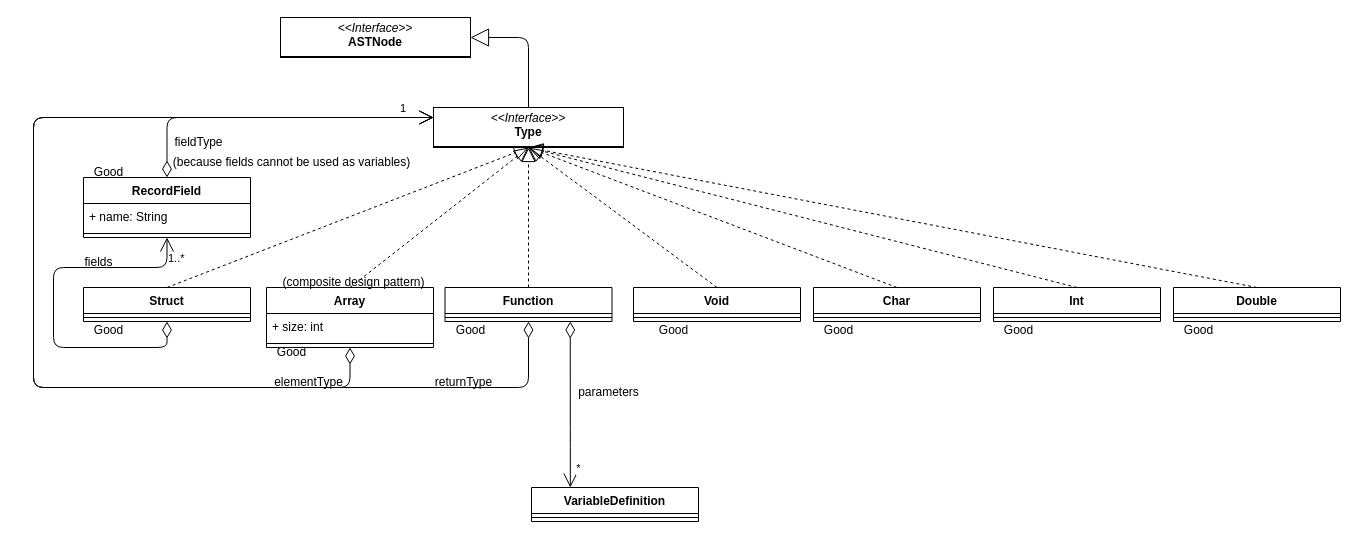
Earlier version of the draw.io diagram diagrams/type.drawio (Diegomcha/dlp-compiler). Source tidied: cells renumbered, new cells numbered last; positions are measured from the earlier drawing's top-left corner, leaving out a move shared by most shapes. Both pictures are drawn from the tidied source at 100%, with x=0, y=0 at pixel (33, 17).
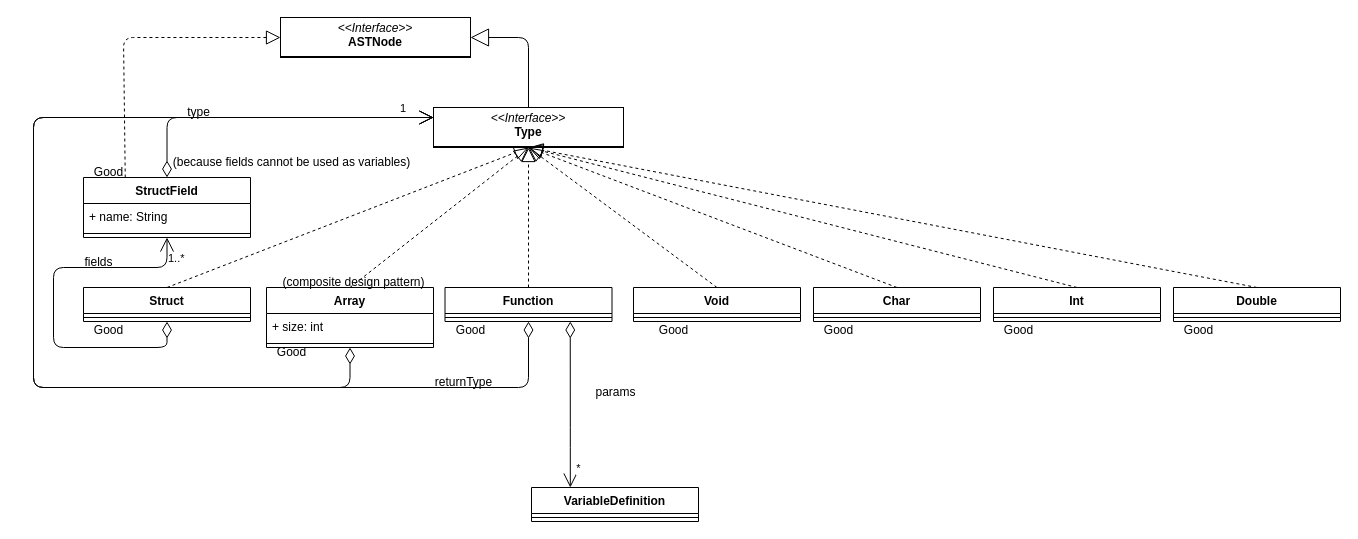
After the change.

Commit message:
feat(diagram): types changed attr names and fixed an error

The change refers to these unchanged cells:
```xml
<mxCell id="16" value="&lt;p style=&quot;margin:0px;margin-top:4px;text-align:center;&quot;&gt;&lt;i&gt;&amp;lt;&amp;lt;Interface&amp;gt;&amp;gt;&lt;/i&gt;&lt;br&gt;&lt;b&gt;ASTNode&lt;/b&gt;&lt;/p&gt;&lt;hr size=&quot;1&quot; style=&quot;border-style:solid;&quot;&gt;&lt;p style=&quot;margin:0px;margin-left:4px;&quot;&gt;&lt;br&gt;&lt;/p&gt;" style="verticalAlign=top;align=left;overflow=fill;html=1;whiteSpace=wrap;" parent="1" vertex="1">
  <mxGeometry x="247" width="190" height="40" as="geometry" />
</mxCell>
```

Change to the diagram source:
```diff
@@
-    <mxCell id="38" value="parameters" style="text;html=1;align=center;verticalAlign=middle;strokeColor=none;fillColor=none;" parent="1" vertex="1">
-      <mxGeometry x="535" y="360" width="80" height="30" as="geometry" />
+    <mxCell id="38" value="params" style="text;html=1;align=center;verticalAlign=middle;strokeColor=none;fillColor=none;" parent="1" vertex="1">
+      <mxGeometry x="551.5" y="360" width="60" height="30" as="geometry" />
     </mxCell>
@@
-    <mxCell id="41" value="elementType" style="text;html=1;align=center;verticalAlign=middle;strokeColor=none;fillColor=none;" parent="1" vertex="1">
-      <mxGeometry x="230" y="350" width="90" height="30" as="geometry" />
+    <mxCell id="41" value="type" style="text;html=1;align=center;verticalAlign=middle;strokeColor=none;fillColor=none;" parent="1" vertex="1">
+      <mxGeometry x="140" y="80" width="50" height="30" as="geometry" />
     </mxCell>
@@
-    <mxCell id="44" value="RecordField" style="swimlane;fontStyle=1;align=center;verticalAlign=top;horizontal=1;startSize=26;" parent="1" vertex="1">
+    <mxCell id="44" value="StructField" style="swimlane;fontStyle=1;align=center;verticalAlign=top;horizontal=1;startSize=26;" parent="1" vertex="1">
       <mxGeometry x="50" y="160" width="167" height="60" as="geometry" />
     </mxCell>
@@
-    <mxCell id="48" value="fieldType" style="text;html=1;align=center;verticalAlign=middle;strokeColor=none;fillColor=none;" parent="1" vertex="1">
-      <mxGeometry x="130" y="110" width="70" height="30" as="geometry" />
-    </mxCell>
@@
+    <mxCell id="53" style="endArrow=block;dashed=1;endFill=0;endSize=12;html=1;entryX=0;entryY=0.5;entryDx=0;entryDy=0;exitX=0.25;exitY=0;exitDx=0;exitDy=0;" parent="1" edge="1" source="44" target="16">
+      <mxGeometry relative="1" as="geometry">
+        <Array as="points">
+          <mxPoint x="90" y="20" />
+        </Array>
+      </mxGeometry>
+    </mxCell>
```
